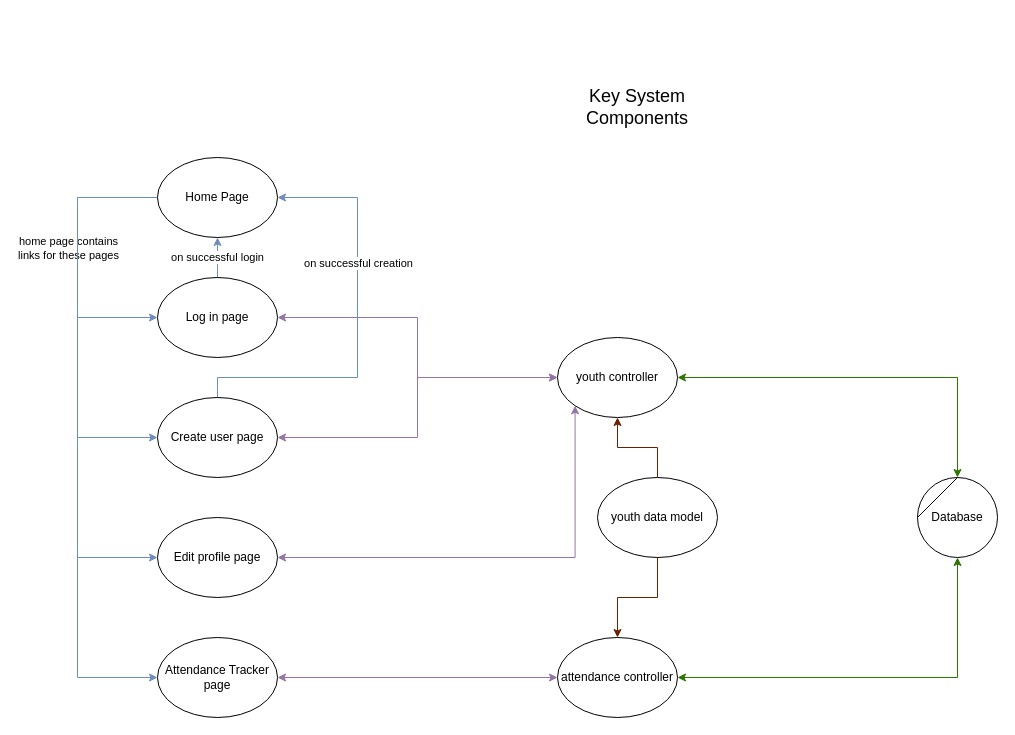
JSDale/AdvancedDbAssessment keeps this draw.io diagram as Documentation/Diagrams/Key_System_Components.drawio. Above is the earlier version. Source tidied: cells renumbered, new cells numbered last; positions are measured from the earlier drawing's top-left corner, leaving out a move shared by most shapes. Both pictures are drawn from the tidied source at 100%, with x=0, y=0 at pixel (77, 97).
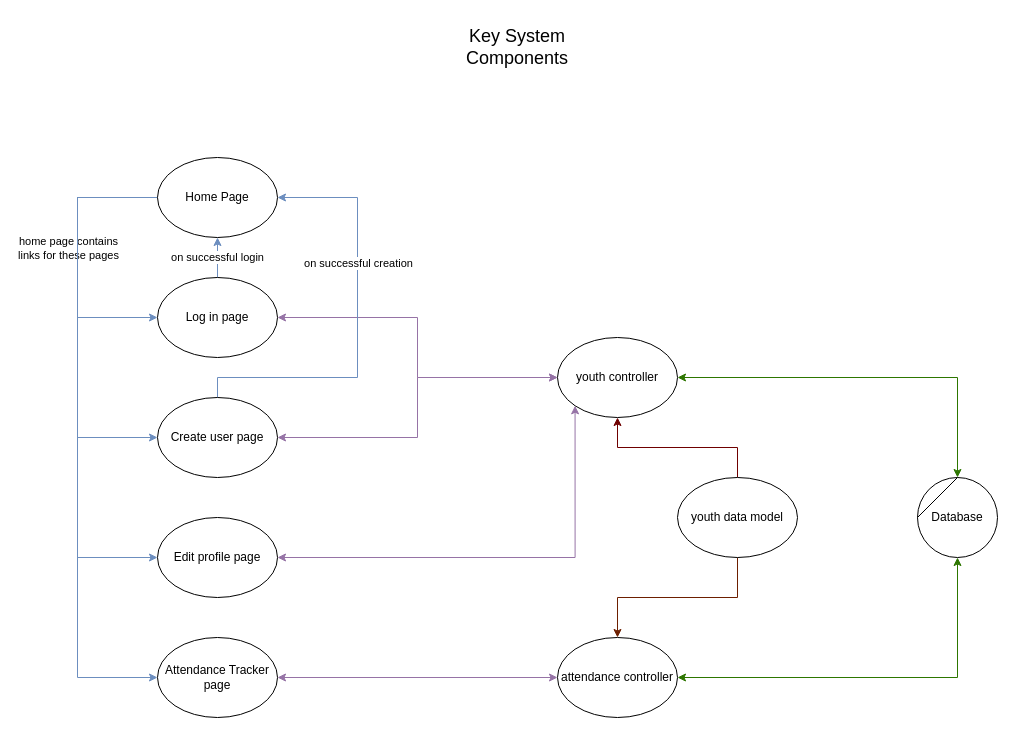
After the change.

Unchanged cells that the change refers to:
```xml
<mxCell id="21" value="youth controller" style="ellipse;whiteSpace=wrap;html=1;" parent="1" vertex="1">
  <mxGeometry x="480" y="240" width="120" height="80" as="geometry" />
</mxCell>
```

Change to the diagram source:
```diff
@@
     <mxCell id="2" value="&lt;font style=&quot;font-size: 18px&quot;&gt;Key System Components&lt;/font&gt;" style="text;html=1;strokeColor=none;fillColor=none;align=center;verticalAlign=middle;whiteSpace=wrap;rounded=0;" parent="1" vertex="1">
-      <mxGeometry x="540" width="40" height="20" as="geometry" />
+      <mxGeometry x="340" y="-80" width="200" height="60" as="geometry" />
     </mxCell>
@@
-    <mxCell id="22" style="edgeStyle=orthogonalEdgeStyle;rounded=0;jettySize=auto;html=1;exitX=0.5;exitY=0;exitDx=0;exitDy=0;entryX=0.5;entryY=1;entryDx=0;entryDy=0;fillColor=#a0522d;strokeColor=#6D1F00;" parent="1" edge="1" source="24" target="21">
+    <mxCell id="22" style="edgeStyle=orthogonalEdgeStyle;rounded=0;jettySize=auto;html=1;exitX=0.5;exitY=0;exitDx=0;exitDy=0;entryX=0.5;entryY=1;entryDx=0;entryDy=0;fillColor=#a20025;strokeColor=#6F0000;" parent="1" edge="1" source="24" target="21">
       <mxGeometry relative="1" as="geometry" />
     </mxCell>
@@
     <mxCell id="24" value="youth data model" style="ellipse;whiteSpace=wrap;html=1;" parent="1" vertex="1">
-      <mxGeometry x="520" y="380" width="120" height="80" as="geometry" />
+      <mxGeometry x="600" y="380" width="120" height="80" as="geometry" />
     </mxCell>
```
